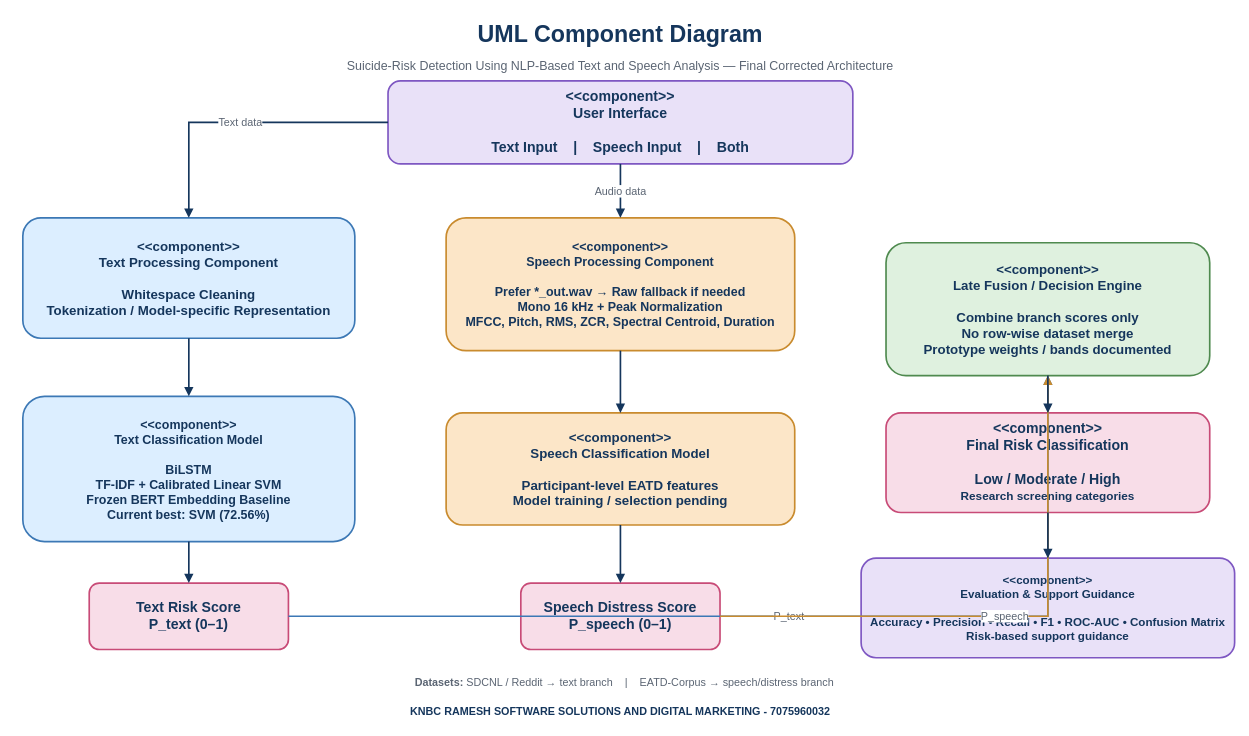
Above: page "1 Architecture - UML Component" (1 of 6) of diagrams/Thanmayi_Final_System_Design_Diagrams.drawio in thanmayi-sai/suicide-risk-detection (draw.io), before the change. Source tidied: cells renumbered, new cells numbered last; positions are measured from the earlier drawing's top-left corner, leaving out a move shared by most shapes. Both pictures are drawn from the tidied source at 83%, with x=0, y=0 at pixel (14, 14).
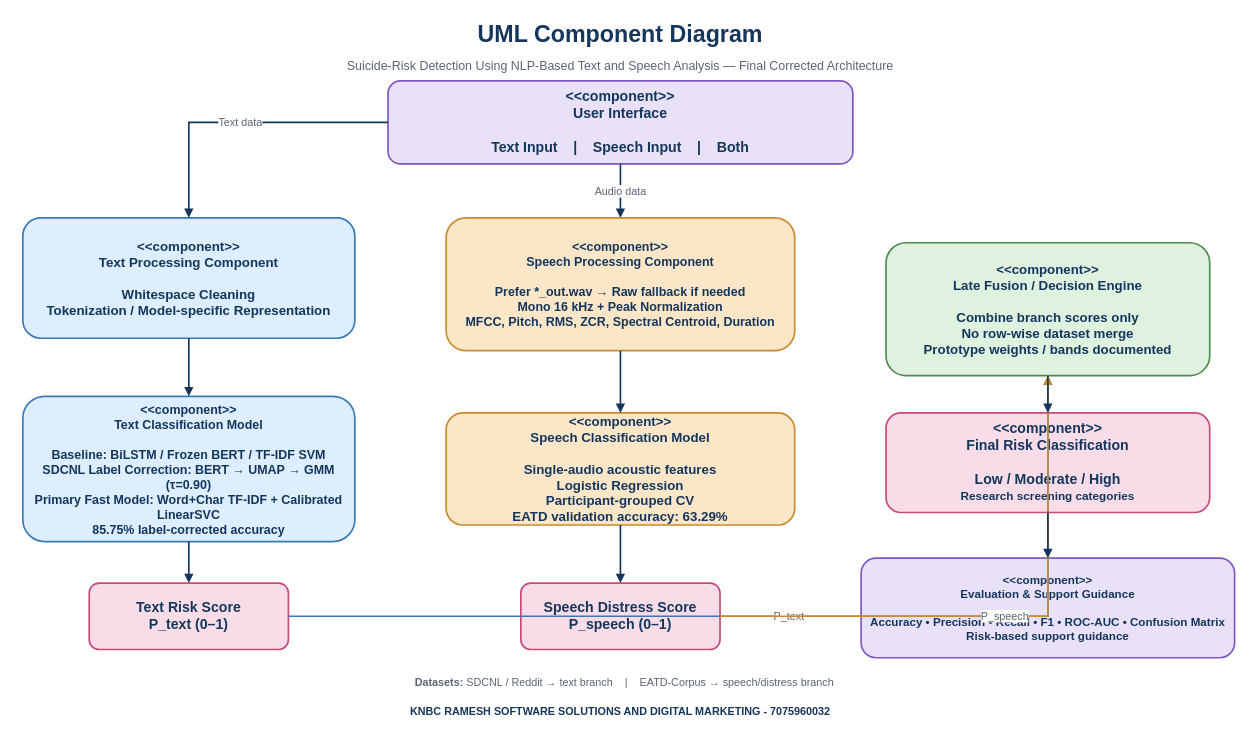
Above is the later version.

Diff of the diagram source:
```diff
@@
-    <mxCell id="6" value="&amp;lt;&amp;lt;component&amp;gt;&amp;gt;&lt;br&gt;&lt;b&gt;Text Classification Model&lt;/b&gt;&lt;br&gt;&lt;br&gt;BiLSTM&lt;br&gt;TF-IDF + Calibrated Linear SVM&lt;br&gt;Frozen BERT Embedding Baseline&lt;br&gt;&lt;b&gt;Current best: SVM (72.56%)&lt;/b&gt;" style="rounded=1;whiteSpace=wrap;html=1;fillColor=#DCEEFF;strokeColor=#3C78B5;strokeWidth=2;fontColor=#15365C;fontSize=15;fontStyle=1;align=center;verticalAlign=middle;spacing=8;" parent="1" vertex="1">
+    <mxCell id="6" value="&amp;lt;&amp;lt;component&amp;gt;&amp;gt;&lt;br&gt;&lt;b&gt;Text Classification Model&lt;/b&gt;&lt;br&gt;&lt;br&gt;Baseline: BiLSTM / Frozen BERT / TF-IDF SVM&lt;br&gt;SDCNL Label Correction: BERT → UMAP → GMM (τ=0.90)&lt;br&gt;&lt;b&gt;Primary Fast Model: Word+Char TF-IDF + Calibrated LinearSVC&lt;/b&gt;&lt;br&gt;&lt;b&gt;85.75% label-corrected accuracy&lt;/b&gt;" style="rounded=1;whiteSpace=wrap;html=1;fillColor=#DCEEFF;strokeColor=#3C78B5;strokeWidth=2;fontColor=#15365C;fontSize=15;fontStyle=1;align=center;verticalAlign=middle;spacing=8;" parent="1" vertex="1">
       <mxGeometry x="10" y="460" width="400" height="175" as="geometry" />
     </mxCell>
@@
-    <mxCell id="9" value="&amp;lt;&amp;lt;component&amp;gt;&amp;gt;&lt;br&gt;&lt;b&gt;Speech Classification Model&lt;/b&gt;&lt;br&gt;&lt;br&gt;Participant-level EATD features&lt;br&gt;&lt;b&gt;Model training / selection pending&lt;/b&gt;" style="rounded=1;whiteSpace=wrap;html=1;fillColor=#FCE6C8;strokeColor=#C98B2E;strokeWidth=2;fontColor=#15365C;fontSize=16;fontStyle=1;align=center;verticalAlign=middle;spacing=8;" parent="1" vertex="1">
+    <mxCell id="9" value="&amp;lt;&amp;lt;component&amp;gt;&amp;gt;&lt;br&gt;&lt;b&gt;Speech Classification Model&lt;/b&gt;&lt;br&gt;&lt;br&gt;Single-audio acoustic features&lt;br&gt;&lt;b&gt;Logistic Regression&lt;/b&gt;&lt;br&gt;Participant-grouped CV&lt;br&gt;EATD validation accuracy: 63.29%" style="rounded=1;whiteSpace=wrap;html=1;fillColor=#FCE6C8;strokeColor=#C98B2E;strokeWidth=2;fontColor=#15365C;fontSize=16;fontStyle=1;align=center;verticalAlign=middle;spacing=8;" parent="1" vertex="1">
       <mxGeometry x="520" y="480" width="420" height="135" as="geometry" />
     </mxCell>
```
